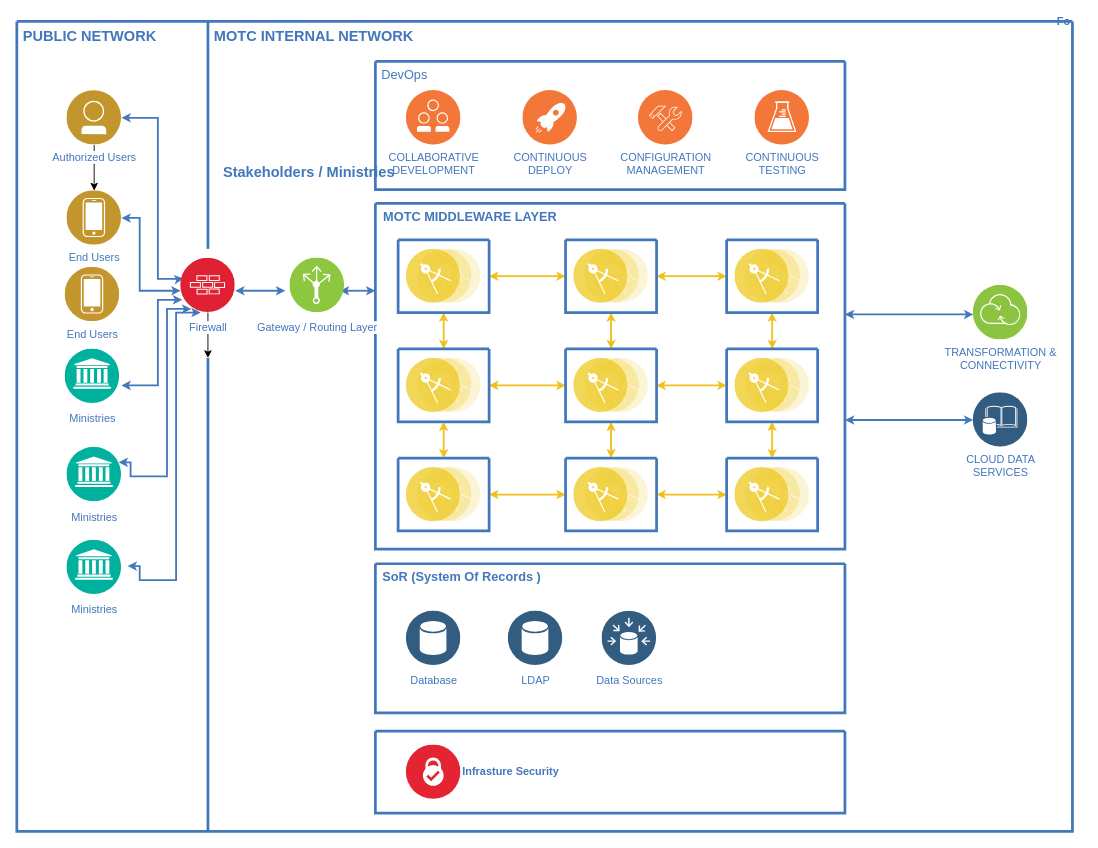
Earlier version of the draw.io diagram Untitled Diagram.drawio (SalihSipahi/Hattusas). Source tidied: cells renumbered, new cells numbered last; positions are measured from the earlier drawing's top-left corner, leaving out a move shared by most shapes. Both pictures are drawn from the tidied source at 91%, with x=0, y=0 at pixel (16, 21).
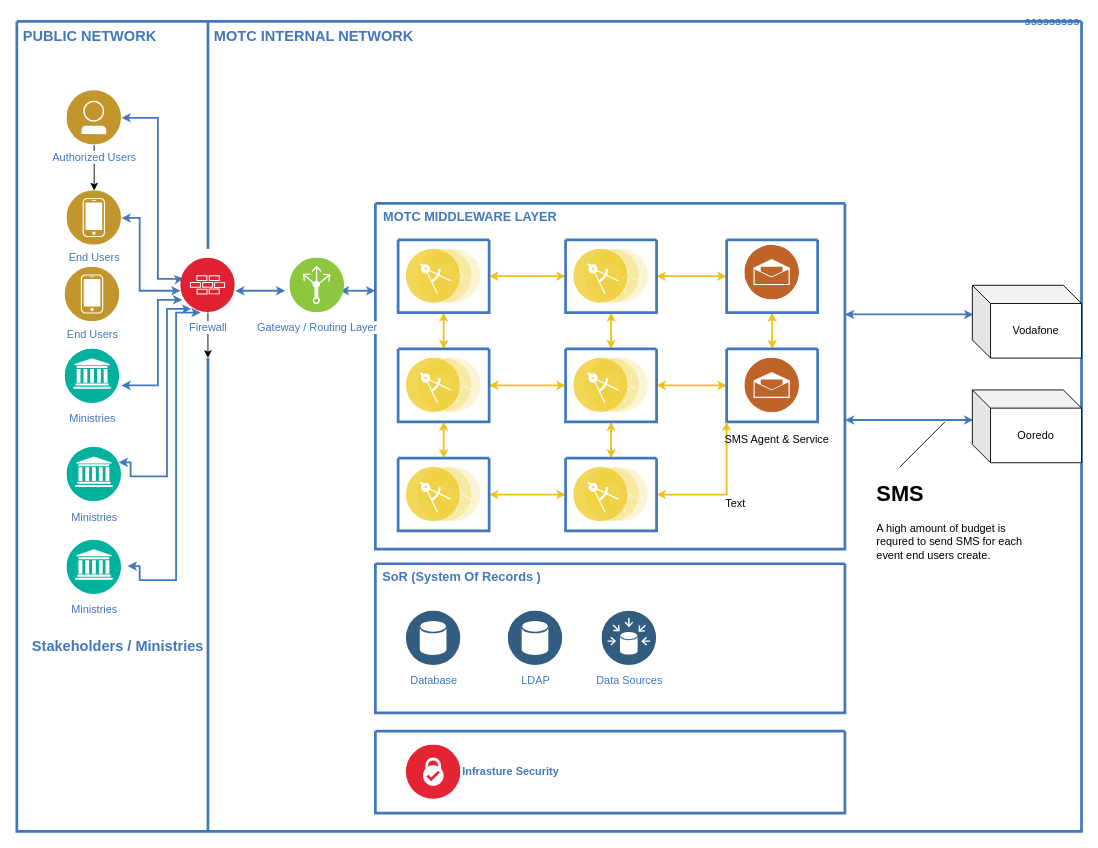
The same page after the edit.

The change refers to these unchanged cells:
```xml
<mxCell id="23" style="swimlane;shadow=0;strokeColor=#4277BB;fillColor=#ffffff;fontColor=#4277BB;align=right;startSize=0;strokeWidth=3;" parent="2" vertex="1">
  <mxGeometry x="394" y="200" width="516" height="380" as="geometry" />
</mxCell>
<mxCell id="34" style="swimlane;shadow=0;strokeColor=#4277BB;fillColor=#ffffff;fontColor=#4277BB;align=right;startSize=0;strokeWidth=3;" parent="23" vertex="1">
  <mxGeometry x="386" y="40" width="100" height="80" as="geometry" />
</mxCell>
<mxCell id="45" style="swimlane;shadow=0;strokeColor=#4277BB;fillColor=#ffffff;fontColor=#4277BB;align=right;startSize=0;strokeWidth=3;" parent="23" vertex="1">
  <mxGeometry x="386" y="160" width="100" height="80" as="geometry" />
</mxCell>
<mxCell id="51" style="swimlane;shadow=0;strokeColor=#4277BB;fillColor=#ffffff;fontColor=#4277BB;align=right;startSize=0;strokeWidth=3;" parent="23" vertex="1">
  <mxGeometry x="209" y="280" width="100" height="80" as="geometry" />
</mxCell>
```

Change to the diagram source:
```diff
@@
-    <mxCell id="2" value="Fo" style="swimlane;shadow=0;strokeColor=#4277BB;fillColor=#ffffff;fontColor=#4277BB;align=right;startSize=0;strokeWidth=3;" parent="1" vertex="1">
-      <mxGeometry width="1160" height="890" as="geometry" />
+    <mxCell id="2" value="sssssssss" style="swimlane;shadow=0;strokeColor=#4277BB;fillColor=#ffffff;fontColor=#4277BB;align=right;startSize=0;strokeWidth=3;" parent="1" vertex="1">
+      <mxGeometry width="1170" height="890" as="geometry" />
     </mxCell>
@@
-    <mxCell id="17" style="swimlane;shadow=0;strokeColor=#4277BB;fillColor=#ffffff;fontColor=#4277BB;align=right;startSize=0;strokeWidth=3;" parent="2" vertex="1">
-      <mxGeometry x="394" y="44" width="516" height="141" as="geometry" />
-    </mxCell>
-    <mxCell id="18" value="COLLABORATIVE&lt;div&gt;DEVELOPMENT&lt;/div&gt;" style="perimeter=ellipsePerimeter;html=1;align=center;shadow=0;dashed=0;image;image=img/lib/ibm/devops/collaborative_development.svg;labelBackgroundColor=#ffffff;strokeColor=#666666;strokeWidth=3;fillColor=#C2952D;gradientColor=none;fontSize=12;fontColor=#4277BB;" parent="17" vertex="1">
-      <mxGeometry x="34" y="32" width="60" height="60" as="geometry" />
-    </mxCell>
-    <mxCell id="19" value="CONTINUOUS&lt;div&gt;DEPLOY&lt;/div&gt;" style="perimeter=ellipsePerimeter;html=1;align=center;shadow=0;dashed=0;image;image=img/lib/ibm/devops/continuous_deploy.svg;labelBackgroundColor=#ffffff;strokeColor=#666666;strokeWidth=3;fillColor=#C2952D;gradientColor=none;fontSize=12;fontColor=#4277BB;" parent="17" vertex="1">
-      <mxGeometry x="162" y="32" width="60" height="60" as="geometry" />
-    </mxCell>
-    <mxCell id="20" value="CONFIGURATION&lt;div&gt;MANAGEMENT&lt;/div&gt;" style="perimeter=ellipsePerimeter;html=1;align=center;shadow=0;dashed=0;image;image=img/lib/ibm/devops/configuration_management.svg;labelBackgroundColor=#ffffff;strokeColor=#666666;strokeWidth=3;fillColor=#C2952D;gradientColor=none;fontSize=12;fontColor=#4277BB;" parent="17" vertex="1">
-      <mxGeometry x="289" y="32" width="60" height="60" as="geometry" />
-    </mxCell>
-    <mxCell id="21" value="CONTINUOUS&lt;div&gt;TESTING&lt;/div&gt;" style="perimeter=ellipsePerimeter;html=1;align=center;shadow=0;dashed=0;image;image=img/lib/ibm/devops/continuous_testing.svg;labelBackgroundColor=#ffffff;strokeColor=#666666;strokeWidth=3;fillColor=#C2952D;gradientColor=none;fontSize=12;fontColor=#4277BB;" parent="17" vertex="1">
-      <mxGeometry x="417" y="32" width="60" height="60" as="geometry" />
-    </mxCell>
-    <mxCell id="22" value="DevOps" style="text;html=1;align=left;verticalAlign=top;fontColor=#4277BB;shadow=0;dashed=0;strokeColor=none;fillColor=none;labelBackgroundColor=none;fontStyle=0;fontSize=14;spacingLeft=5;" parent="17" vertex="1">
-      <mxGeometry width="90" height="26" as="geometry" />
-    </mxCell>
@@
-    <mxCell id="35" style="perimeter=ellipsePerimeter;html=1;align=center;shadow=0;dashed=0;image;image=img/lib/ibm/applications/microservice.svg;labelBackgroundColor=#ffffff;strokeColor=#666666;strokeWidth=3;fillColor=#C2952D;gradientColor=none;fontSize=12;fontColor=#4277BB;" parent="34" vertex="1">
-      <mxGeometry x="9" y="10" width="82" height="60" as="geometry" />
-    </mxCell>
+    <mxCell id="74" style="perimeter=ellipsePerimeter;html=1;align=center;shadow=0;dashed=0;fontColor=#4277BB;labelBackgroundColor=#ffffff;fontSize=12;spacingTop=3;image;image=img/lib/ibm/social/messaging.svg;" parent="34" vertex="1">
+      <mxGeometry x="20" y="6" width="60" height="60" as="geometry" />
+    </mxCell>
@@
-    <mxCell id="44" style="edgeStyle=orthogonalEdgeStyle;rounded=0;html=1;entryX=0.5;entryY=0;labelBackgroundColor=#ffffff;startArrow=classic;startFill=1;startSize=4;endArrow=classic;endFill=1;endSize=4;jettySize=auto;strokeColor=#EEC11B;strokeWidth=2;fontSize=14;fontColor=#4277BB;" parent="23" edge="1" source="45" target="53">
-      <mxGeometry relative="1" as="geometry" />
-    </mxCell>
@@
-    <mxCell id="46" style="perimeter=ellipsePerimeter;html=1;align=center;shadow=0;dashed=0;image;image=img/lib/ibm/applications/microservice.svg;labelBackgroundColor=#ffffff;strokeColor=#666666;strokeWidth=3;fillColor=#C2952D;gradientColor=none;fontSize=12;fontColor=#4277BB;" parent="45" vertex="1">
-      <mxGeometry x="9" y="10" width="82" height="60" as="geometry" />
-    </mxCell>
+    <mxCell id="75" style="perimeter=ellipsePerimeter;html=1;align=center;shadow=0;dashed=0;fontColor=#4277BB;labelBackgroundColor=#ffffff;fontSize=12;spacingTop=3;image;image=img/lib/ibm/social/messaging.svg;" parent="45" vertex="1">
+      <mxGeometry x="20" y="10" width="60" height="60" as="geometry" />
+    </mxCell>
@@
-    <mxCell id="50" style="edgeStyle=orthogonalEdgeStyle;rounded=0;html=1;entryX=0;entryY=0.5;labelBackgroundColor=#ffffff;startArrow=classic;startFill=1;startSize=4;endArrow=classic;endFill=1;endSize=4;jettySize=auto;strokeColor=#EEC11B;strokeWidth=2;fontSize=14;fontColor=#4277BB;" parent="23" edge="1" source="51" target="53">
+    <mxCell id="50" style="edgeStyle=orthogonalEdgeStyle;rounded=0;html=1;entryX=0;entryY=1;labelBackgroundColor=#ffffff;startArrow=classic;startFill=1;startSize=4;endArrow=classic;endFill=1;endSize=4;jettySize=auto;strokeColor=#EEC11B;strokeWidth=2;fontSize=14;fontColor=#4277BB;entryDx=0;entryDy=0;" parent="23" edge="1" source="51" target="45">
       <mxGeometry relative="1" as="geometry" />
     </mxCell>
@@
-    <mxCell id="53" style="swimlane;shadow=0;strokeColor=#4277BB;fillColor=#ffffff;fontColor=#4277BB;align=right;startSize=0;strokeWidth=3;" parent="23" vertex="1">
-      <mxGeometry x="386" y="280" width="100" height="80" as="geometry" />
-    </mxCell>
-    <mxCell id="54" style="perimeter=ellipsePerimeter;html=1;align=center;shadow=0;dashed=0;image;image=img/lib/ibm/applications/microservice.svg;labelBackgroundColor=#ffffff;strokeColor=#666666;strokeWidth=3;fillColor=#C2952D;gradientColor=none;fontSize=12;fontColor=#4277BB;" parent="53" vertex="1">
-      <mxGeometry x="9" y="10" width="82" height="60" as="geometry" />
-    </mxCell>
@@
-    <mxCell id="60" style="edgeStyle=elbowEdgeStyle;rounded=0;html=1;labelBackgroundColor=#ffffff;startArrow=classic;startFill=1;startSize=4;endArrow=classic;endFill=1;endSize=4;jettySize=auto;strokeColor=#4378BB;strokeWidth=2;fontSize=19;fontColor=#CC99FF;elbow=vertical;" parent="2" edge="1" source="61" target="23">
+    <mxCell id="60" style="edgeStyle=elbowEdgeStyle;rounded=0;html=1;labelBackgroundColor=#ffffff;startArrow=classic;startFill=1;startSize=4;endArrow=classic;endFill=1;endSize=4;jettySize=auto;strokeColor=#4378BB;strokeWidth=2;fontSize=19;fontColor=#CC99FF;elbow=vertical;" parent="2" edge="1" target="23">
       <mxGeometry relative="1" as="geometry">
+        <mxPoint x="1051.1" y="322" as="sourcePoint" />
         <Array as="points">
           <mxPoint x="982" y="322" />
         </Array>
       </mxGeometry>
     </mxCell>
-    <mxCell id="61" value="TRANSFORMATION &amp;amp;&lt;div&gt;CONNECTIVITY&lt;/div&gt;" style="perimeter=ellipsePerimeter;html=1;align=center;shadow=0;dashed=0;image;image=img/lib/ibm/infrastructure/transformation_connectivity.svg;labelBackgroundColor=#ffffff;strokeColor=#666666;strokeWidth=3;fillColor=#C2952D;gradientColor=none;fontSize=12;fontColor=#4277BB;" parent="2" vertex="1">
-      <mxGeometry x="1051" y="290" width="60" height="60" as="geometry" />
-    </mxCell>
-    <mxCell id="62" style="edgeStyle=elbowEdgeStyle;rounded=0;html=1;labelBackgroundColor=#ffffff;startArrow=classic;startFill=1;startSize=4;endArrow=classic;endFill=1;endSize=4;jettySize=auto;strokeColor=#4378BB;strokeWidth=2;fontSize=19;fontColor=#CC99FF;elbow=vertical;" parent="2" edge="1" source="63" target="23">
+    <mxCell id="62" style="edgeStyle=elbowEdgeStyle;rounded=0;html=1;labelBackgroundColor=#ffffff;startArrow=classic;startFill=1;startSize=4;endArrow=classic;endFill=1;endSize=4;jettySize=auto;strokeColor=#4378BB;strokeWidth=2;fontSize=19;fontColor=#CC99FF;elbow=vertical;" parent="2" edge="1" target="23">
       <mxGeometry relative="1" as="geometry">
+        <mxPoint x="1051" y="438" as="sourcePoint" />
         <Array as="points">
           <mxPoint x="981" y="438" />
         </Array>
       </mxGeometry>
     </mxCell>
-    <mxCell id="63" value="CLOUD DATA&lt;div&gt;SERVICES&lt;/div&gt;" style="perimeter=ellipsePerimeter;html=1;align=center;shadow=0;dashed=0;image;image=img/lib/ibm/data/enterprise_data.svg;labelBackgroundColor=#ffffff;strokeColor=#666666;strokeWidth=3;fillColor=#C2952D;gradientColor=none;fontSize=12;fontColor=#4277BB;" parent="2" vertex="1">
-      <mxGeometry x="1051" y="408" width="60" height="60" as="geometry" />
-    </mxCell>
@@
+    <mxCell id="76" value="Vodafone" style="shape=cube;whiteSpace=wrap;html=1;boundedLbl=1;backgroundOutline=1;darkOpacity=0.05;darkOpacity2=0.1;" parent="2" vertex="1">
+      <mxGeometry x="1050" y="290" width="120" height="80" as="geometry" />
+    </mxCell>
+    <mxCell id="77" value="Ooredo" style="shape=cube;whiteSpace=wrap;html=1;boundedLbl=1;backgroundOutline=1;darkOpacity=0.05;darkOpacity2=0.1;" parent="2" vertex="1">
+      <mxGeometry x="1050" y="405" width="120" height="80" as="geometry" />
+    </mxCell>
     <mxCell id="71" value="Stakeholders / Ministries" style="text;html=1;align=left;verticalAlign=top;fontColor=#4277BB;shadow=0;dashed=0;strokeColor=none;fillColor=none;labelBackgroundColor=none;fontStyle=1;fontSize=16;spacingLeft=5;" parent="1" vertex="1">
-      <mxGeometry x="220" y="150" width="170" height="30" as="geometry" />
+      <mxGeometry x="10" y="670" width="170" height="30" as="geometry" />
     </mxCell>
@@
+    <mxCell id="78" value="SMS Agent &amp;amp; Service" style="text;html=1;align=center;verticalAlign=middle;strokeColor=none;" parent="1" vertex="1">
+      <mxGeometry x="770" y="450" width="130" height="20" as="geometry" />
+    </mxCell>
+    <mxCell id="79" style="endArrow=none;html=1;" parent="1" edge="1">
+      <mxGeometry relative="1" as="geometry">
+        <mxPoint x="970" y="490" as="sourcePoint" />
+        <mxPoint x="1020" y="440" as="targetPoint" />
+      </mxGeometry>
+    </mxCell>
+    <mxCell id="80" value="Text" style="text;html=1;strokeColor=none;fillColor=none;align=center;verticalAlign=middle;whiteSpace=wrap;rounded=0;" parent="1" vertex="1">
+      <mxGeometry x="770" y="520" width="40" height="20" as="geometry" />
+    </mxCell>
+    <mxCell id="81" value="&lt;h1&gt;SMS&lt;span style=&quot;white-space: pre&quot;&gt; &lt;/span&gt;&lt;/h1&gt;&lt;p&gt;A high amount of budget is requred to send SMS for each event end users create.&lt;/p&gt;" style="text;html=1;strokeColor=none;fillColor=none;spacing=5;spacingTop=-20;whiteSpace=wrap;overflow=hidden;rounded=0;" parent="1" vertex="1">
+      <mxGeometry x="940" y="500" width="190" height="120" as="geometry" />
+    </mxCell>
```
